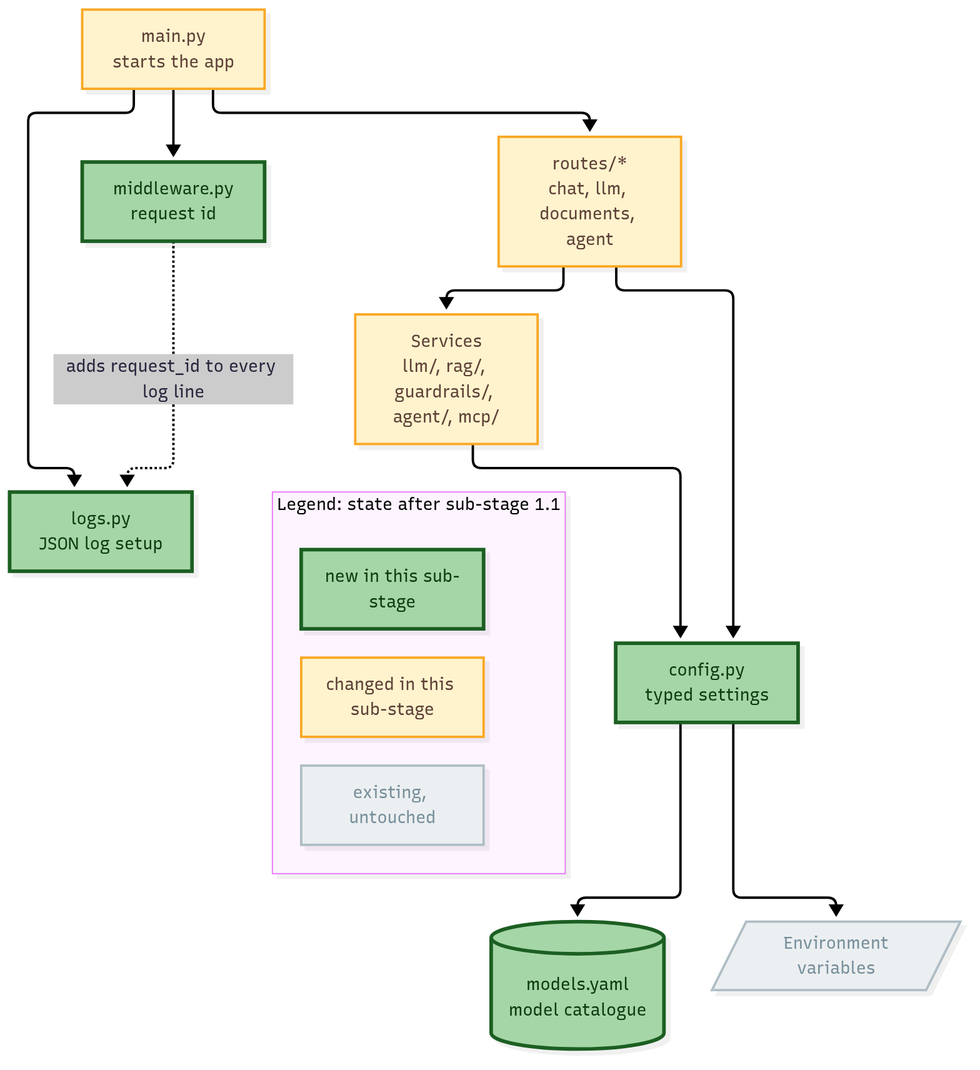
Earlier version of the Mermaid export docs/img/diagrams/stage1-module-map.png (dsailajakrishna0-ship-it/customer-compass-v3). Its source is kept beside it as docs/diagrams/stage1-module-map.mmd.
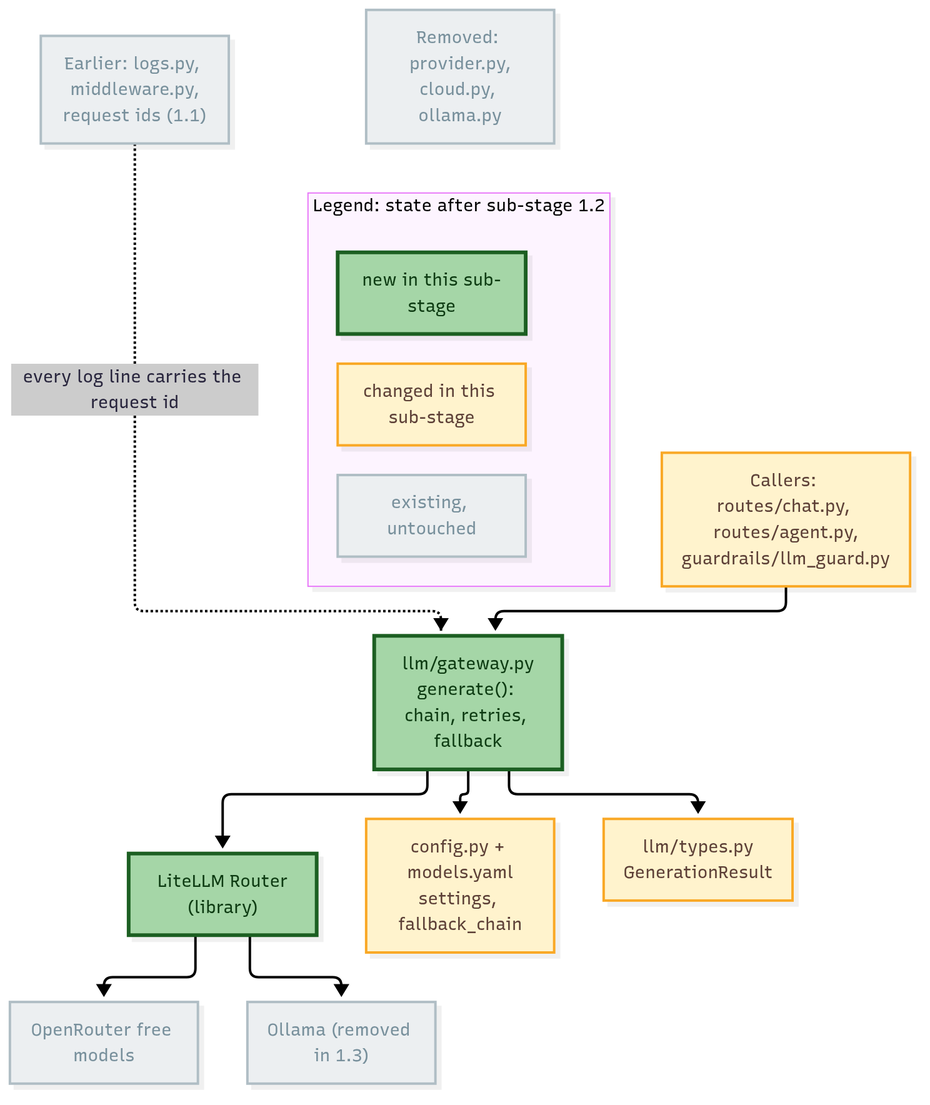
After the commit.

Change to the diagram source:
```diff
@@ -1,23 +1,23 @@
 flowchart TB
-    M["main.py<br/>starts the app"] --> L["logs.py<br/>JSON log setup"]
-    M --> W["middleware.py<br/>request id"]
-    M --> R["routes/*<br/>chat, llm, documents, agent"]
-    R --> S["Services<br/>llm/, rag/, guardrails/, agent/, mcp/"]
-    S --> C["config.py<br/>typed settings"]
-    R --> C
-    C --> Y[("models.yaml<br/>model catalogue")]
-    C --> E[/"Environment<br/>variables"/]
-    W -.->|"adds request_id to every log line"| L
-    subgraph legend["Legend: state after sub-stage 1.1"]
+    C["Callers: routes/chat.py, routes/agent.py,<br/>guardrails/llm_guard.py"] --> G["llm/gateway.py<br/>generate(): chain, retries, fallback"]
+    G --> L["LiteLLM Router<br/>(library)"]
+    L --> O["OpenRouter free models"]
+    L --> K["Ollama (removed in 1.3)"]
+    G --> CF["config.py + models.yaml<br/>settings, fallback_chain"]
+    G --> T["llm/types.py<br/>GenerationResult"]
+    E["Earlier: logs.py, middleware.py,<br/>request ids (1.1)"]
+    X["Removed: provider.py,<br/>cloud.py, ollama.py"]
+    E -.->|"every log line carries the request id"| G
+    subgraph legend["Legend: state after sub-stage 1.2"]
         direction LR
         K1["new in this sub-stage"]
         K2["changed in this sub-stage"]
         K3["existing, untouched"]
     end
-    S ~~~ legend
+    X ~~~ legend
     classDef new fill:#a5d6a7,stroke:#1b5e20,stroke-width:3px,color:#0d3b12
     classDef changed fill:#fff3cd,stroke:#f9a825,stroke-width:2px,color:#5d4037
     classDef existing fill:#eceff1,stroke:#b0bec5,color:#78909c
-    class L,W,C,Y,K1 new
-    class M,R,S,K2 changed
-    class E,K3 existing
+    class G,L,K1 new
+    class C,CF,T,K2 changed
+    class O,K,E,X,K3 existing
```
